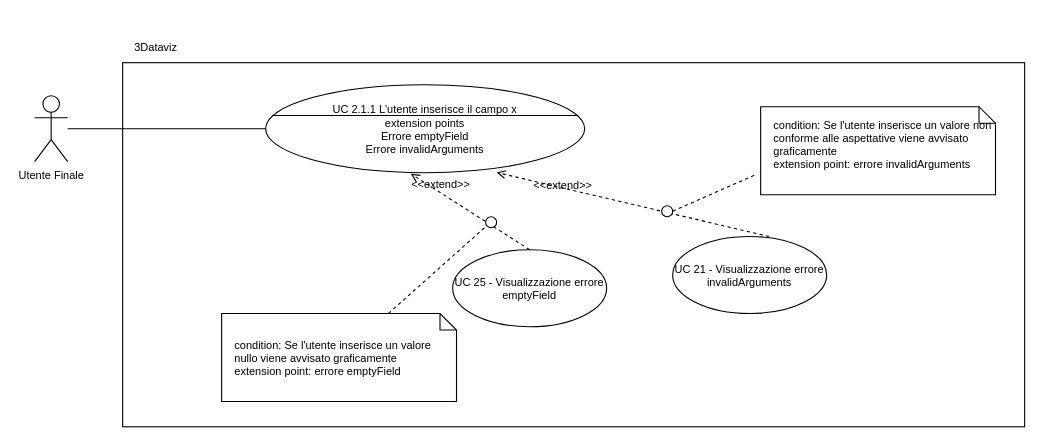
Before: page "UC 2.1.1" (4 of 40) of img/adr/UC.drawio in Archi7echs-Team/archi7echs-team.github.io, a draw.io diagram. Source tidied: cells renumbered, new cells numbered last; positions are measured from the earlier drawing's top-left corner, leaving out a move shared by most shapes. Both pictures are drawn from the tidied source at 110%, with x=0, y=0 at pixel (34, 30).
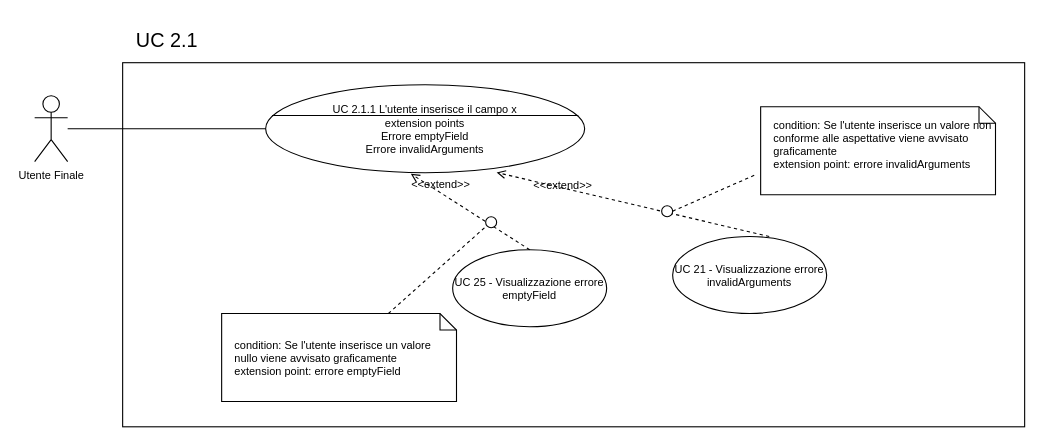
Above is the later version.

Change to the diagram source:
```diff
@@
-    <mxCell id="4" value="3Dataviz" style="text;html=1;align=center;verticalAlign=middle;strokeColor=none;fillColor=none;fontSize=10;" parent="1" vertex="1">
-      <mxGeometry x="80" y="-0.5" width="60" height="30" as="geometry" />
+    <mxCell id="4" value="&lt;font style=&quot;font-size: 18px;&quot;&gt;UC 2.1&lt;/font&gt;" style="text;html=1;align=center;verticalAlign=middle;strokeColor=none;fillColor=none;fontSize=10;" parent="1" vertex="1">
+      <mxGeometry x="80" y="-10.5" width="80" height="40" as="geometry" />
     </mxCell>
```
